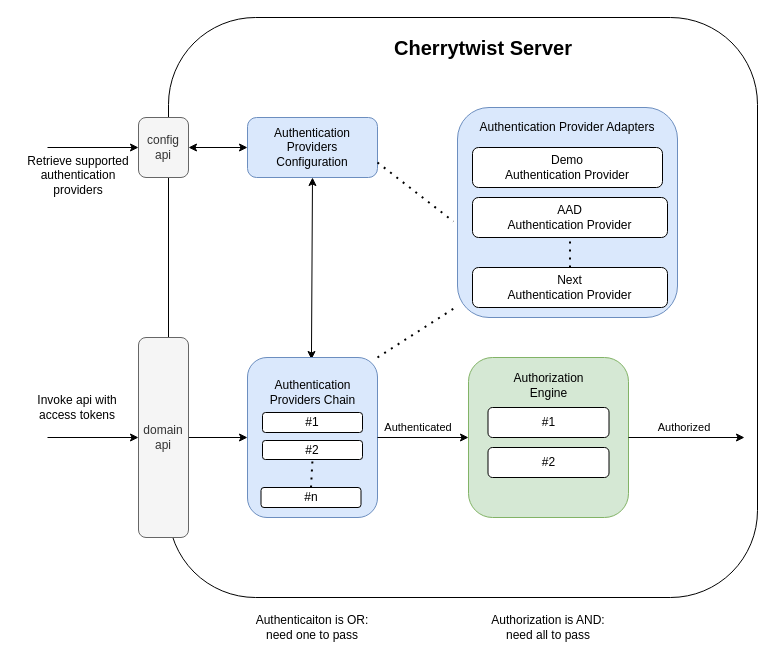
Above: page "Architecture" (2 of 6) of docs/diagrams/security.drawio in alkem-io/alkemio (draw.io), before the change. Source tidied: cells renumbered, new cells numbered last; positions are measured from the earlier drawing's top-left corner, leaving out a move shared by most shapes. Both pictures are drawn from the tidied source at 100%, with x=0, y=0 at pixel (17, 17).
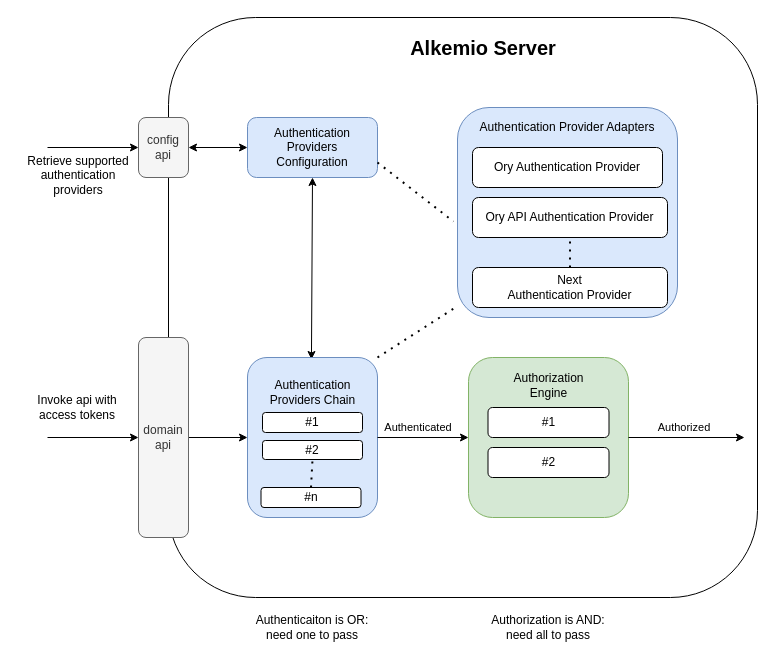
The same diagram, later.

The change refers to these unchanged cells:
```xml
<mxCell id="11" style="group;" parent="1" vertex="1">
  <mxGeometry x="440" y="90" width="220" height="210" as="geometry" />
</mxCell>
```

What changed in the source:
```diff
@@
-    <mxCell id="4" value="Cherrytwist Server" style="text;html=1;strokeColor=none;fillColor=none;align=center;verticalAlign=middle;whiteSpace=wrap;rounded=0;fontSize=20;fontStyle=1;" parent="1" vertex="1">
+    <mxCell id="4" value="Alkemio Server" style="text;html=1;strokeColor=none;fillColor=none;align=center;verticalAlign=middle;whiteSpace=wrap;rounded=0;fontSize=20;fontStyle=1;" parent="1" vertex="1">
       <mxGeometry x="370.5" y="20" width="190" height="20" as="geometry" />
     </mxCell>
@@
-    <mxCell id="13" value="Demo &lt;br&gt;Authentication Provider" style="rounded=1;whiteSpace=wrap;html=1;" parent="11" vertex="1">
+    <mxCell id="13" value="Ory Authentication Provider" style="rounded=1;whiteSpace=wrap;html=1;" parent="11" vertex="1">
       <mxGeometry x="15" y="40" width="190" height="40" as="geometry" />
     </mxCell>
-    <mxCell id="14" value="AAD&lt;br&gt;Authentication Provider" style="rounded=1;whiteSpace=wrap;html=1;" parent="11" vertex="1">
+    <mxCell id="14" value="Ory API Authentication Provider" style="rounded=1;whiteSpace=wrap;html=1;" parent="11" vertex="1">
       <mxGeometry x="15" y="90" width="195" height="40" as="geometry" />
     </mxCell>
```
